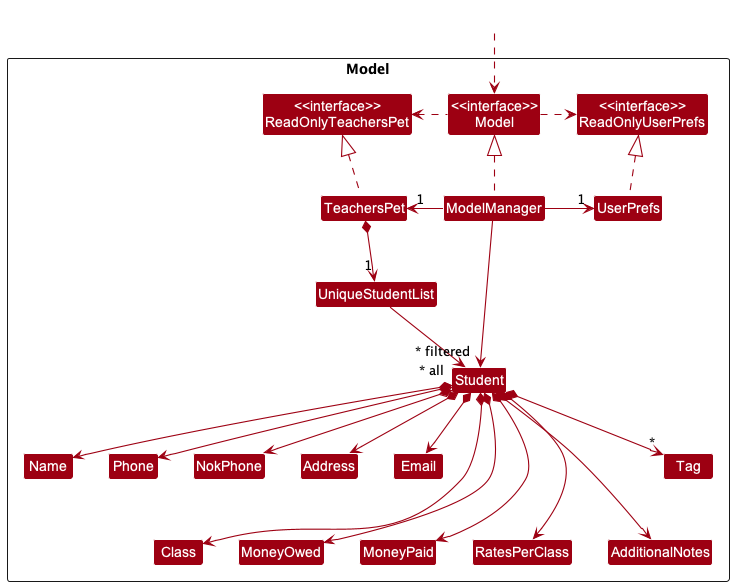
Earlier version of the PlantUML export docs/images/DG-images/ModelClassDiagram.png (nus-cs2103-AY2223S1/tp).
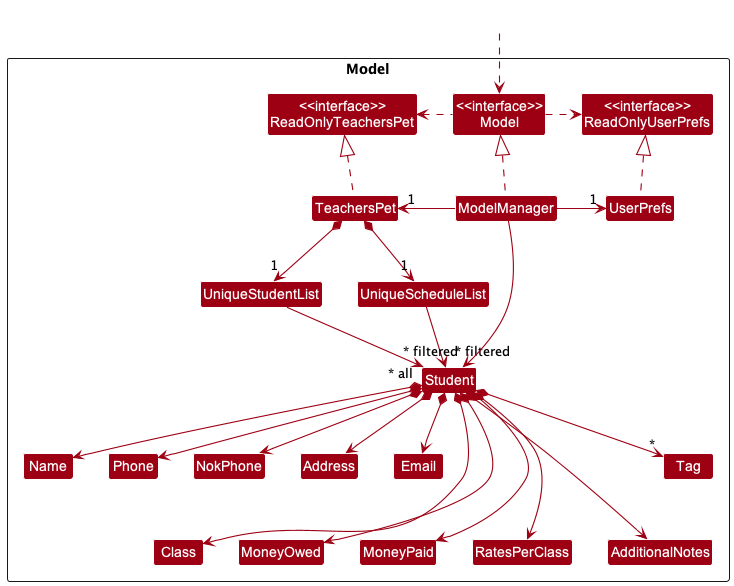
After the commit.

Commit message:
Update ModelClassDiagram.puml and ModelClassDiagram.png to include UniqueScheduleList

Change to the diagram source:
```diff
@@ -13,6 +13,7 @@
 Class UserPrefs
 
 Class UniqueStudentList
+Class UniqueScheduleList
 Class Student
 Class Address
 Class AdditionalNotes
@@ -32,6 +33,7 @@
 HiddenOutside ..> Model
 
 TeachersPet .up.|> ReadOnlyTeachersPet
+
 
 ModelManager .up.|> Model
 Model .right.> ReadOnlyUserPrefs
@@ -64,5 +66,9 @@
 MoneyPaid -[hidden]right-> RatesPerClass
 RatesPerClass -[hidden]right-> AdditionalNotes
 
+TeachersPet *--> "1" UniqueScheduleList
+UniqueScheduleList --> "~* filtered" Student
+
+
 ModelManager -->"~* filtered" Student
 @enduml
```
